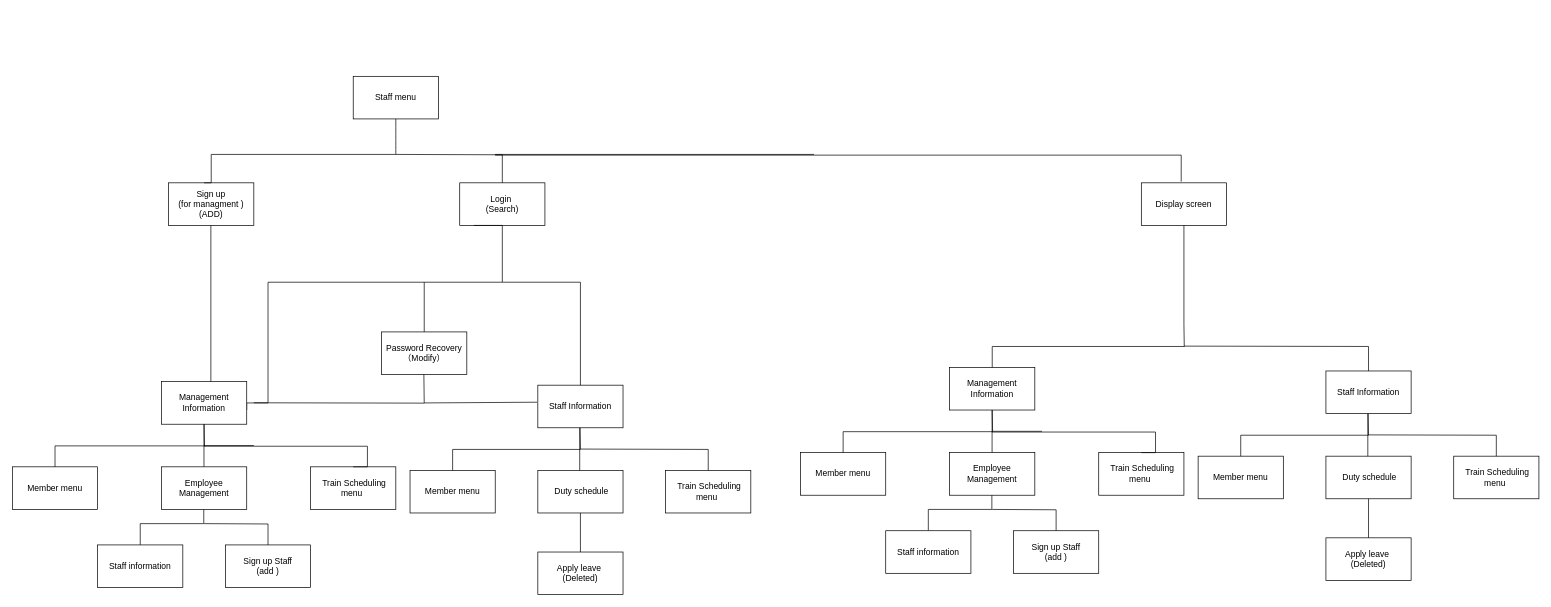
Above: Structure Chart/staffTrain (1).drawio in halleyIsStressed/pcd2Assignment (draw.io), before the change. Source tidied: cells renumbered, new cells numbered last; positions are measured from the earlier drawing's top-left corner, leaving out a move shared by most shapes. Both pictures are drawn from the tidied source at 71%, with x=0, y=0 at pixel (12, 69).
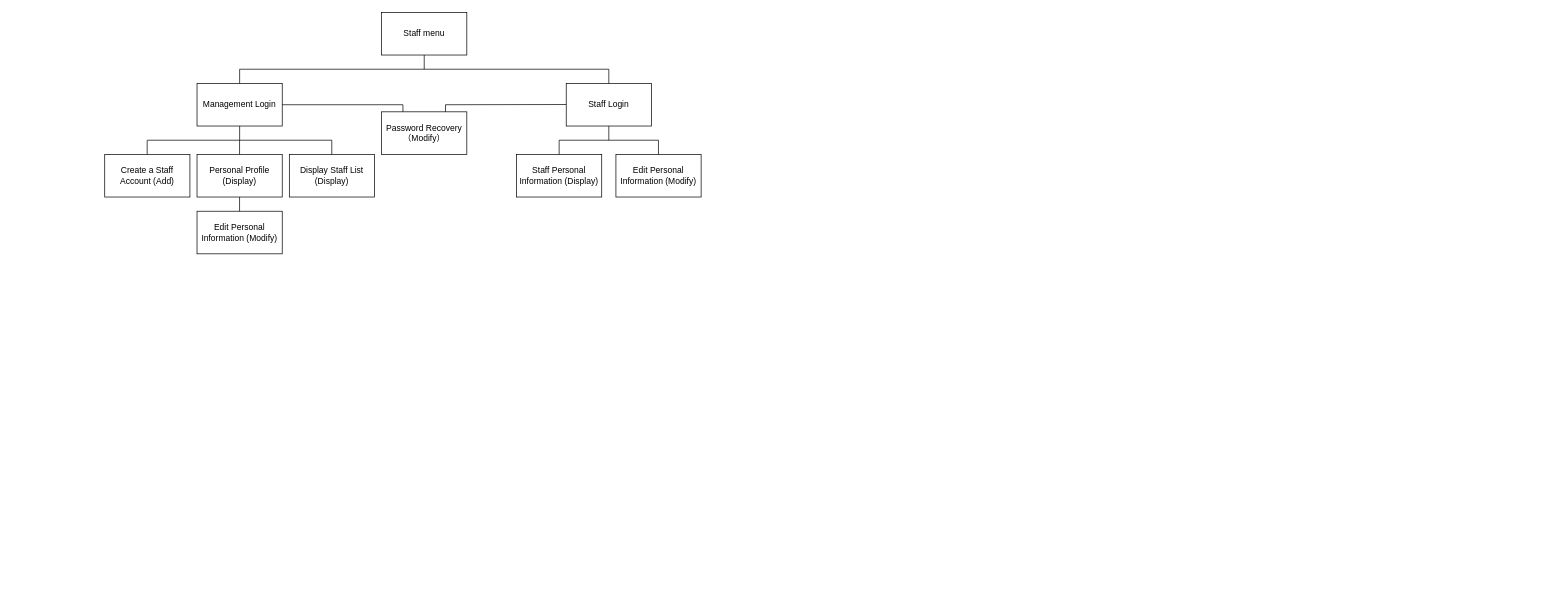
After the change.

Commit message:
CLEAN LIAO

Change to the diagram source:
```diff
@@
     <mxCell id="2" value="Staff menu" style="rounded=0;whiteSpace=wrap;html=1;" parent="1" vertex="1">
-      <mxGeometry x="480" y="10" width="120" height="60" as="geometry" />
+      <mxGeometry x="520" y="-80" width="120" height="60" as="geometry" />
     </mxCell>
-    <mxCell id="3" value="Login&amp;nbsp;&lt;div&gt;(Search)&lt;/div&gt;" style="rounded=0;whiteSpace=wrap;html=1;" parent="1" vertex="1">
-      <mxGeometry x="630" y="160" width="120" height="60" as="geometry" />
+    <mxCell id="3" value="Staff Login" style="rounded=0;whiteSpace=wrap;html=1;" parent="1" vertex="1">
+      <mxGeometry x="780" y="20" width="120" height="60" as="geometry" />
     </mxCell>
-    <mxCell id="4" value="Sign up&lt;div&gt;(for managment )&lt;br&gt;&lt;div&gt;(ADD)&lt;/div&gt;&lt;/div&gt;" style="rounded=0;whiteSpace=wrap;html=1;" parent="1" vertex="1">
-      <mxGeometry x="220" y="160" width="120" height="60" as="geometry" />
+    <mxCell id="4" value="Management Login" style="rounded=0;whiteSpace=wrap;html=1;" parent="1" vertex="1">
+      <mxGeometry x="260" y="20" width="120" height="60" as="geometry" />
     </mxCell>
-    <mxCell id="5" style="endArrow=none;html=1;rounded=0;fontSize=12;startSize=8;endSize=8;curved=1;entryX=0.5;entryY=1;entryDx=0;entryDy=0;" parent="1" edge="1" target="2">
-      <mxGeometry relative="1" as="geometry">
-        <mxPoint x="540" y="120" as="sourcePoint" />
-      </mxGeometry>
-    </mxCell>
-    <mxCell id="6" style="endArrow=none;html=1;rounded=0;fontSize=12;startSize=8;endSize=8;edgeStyle=orthogonalEdgeStyle;entryX=0.5;entryY=0;entryDx=0;entryDy=0;" parent="1" edge="1">
-      <mxGeometry relative="1" as="geometry">
-        <mxPoint x="540" y="120" as="sourcePoint" />
-        <mxPoint x="270" y="160" as="targetPoint" />
-        <Array as="points">
-          <mxPoint x="280" y="120" />
-          <mxPoint x="280" y="160" />
-        </Array>
-      </mxGeometry>
-    </mxCell>
-    <mxCell id="7" value="&amp;nbsp;Train Scheduling menu&amp;nbsp;" style="whiteSpace=wrap;html=1;rounded=0;" parent="1" vertex="1">
-      <mxGeometry x="420" y="560" width="120" height="60" as="geometry" />
-    </mxCell>
-    <mxCell id="8" value="&amp;nbsp;Duty schedule" style="whiteSpace=wrap;html=1;rounded=0;" parent="1" vertex="1">
-      <mxGeometry x="740" y="565" width="120" height="60" as="geometry" />
-    </mxCell>
@@
-    <mxCell id="10" value="Apply leave&amp;nbsp;&lt;div&gt;(Deleted)&lt;/div&gt;" style="whiteSpace=wrap;html=1;rounded=0;" parent="1" vertex="1">
-      <mxGeometry x="740" y="680" width="120" height="60" as="geometry" />
-    </mxCell>
-    <mxCell id="11" style="endArrow=none;html=1;rounded=0;fontSize=12;startSize=8;endSize=8;edgeStyle=orthogonalEdgeStyle;entryX=0.468;entryY=-0.028;entryDx=0;entryDy=0;entryPerimeter=0;" parent="1" edge="1" target="31">
-      <mxGeometry relative="1" as="geometry">
-        <mxPoint x="1129" y="120" as="sourcePoint" />
-        <Array as="points">
-          <mxPoint x="680" y="120" />
-          <mxPoint x="680" y="121" />
-          <mxPoint x="1646" y="121" />
-        </Array>
-      </mxGeometry>
-    </mxCell>
-    <mxCell id="12" style="endArrow=none;html=1;rounded=0;edgeStyle=orthogonalEdgeStyle;entryX=0.5;entryY=0;entryDx=0;entryDy=0;" parent="1" edge="1" target="3">
-      <mxGeometry relative="1" as="geometry">
-        <mxPoint x="540" y="120" as="sourcePoint" />
-      </mxGeometry>
-    </mxCell>
     <mxCell id="13" value="Password Recovery&lt;div&gt;（Modify）&lt;/div&gt;" style="whiteSpace=wrap;html=1;rounded=0;" parent="1" vertex="1">
-      <mxGeometry x="520" y="370" width="120" height="60" as="geometry" />
+      <mxGeometry x="520" y="60" width="120" height="60" as="geometry" />
     </mxCell>
-    <mxCell id="14" style="endArrow=none;html=1;rounded=0;edgeStyle=orthogonalEdgeStyle;entryX=0.5;entryY=1;entryDx=0;entryDy=0;" parent="1" edge="1">
-      <mxGeometry relative="1" as="geometry">
-        <mxPoint x="330" y="480" as="sourcePoint" />
-        <mxPoint x="650" y="220" as="targetPoint" />
-        <Array as="points">
-          <mxPoint x="360" y="470" />
-          <mxPoint x="360" y="300" />
-          <mxPoint x="690" y="300" />
-          <mxPoint x="690" y="220" />
-        </Array>
-      </mxGeometry>
-    </mxCell>
-    <mxCell id="15" style="endArrow=none;html=1;rounded=0;edgeStyle=orthogonalEdgeStyle;exitX=1;exitY=0.5;exitDx=0;exitDy=0;" parent="1" edge="1">
-      <mxGeometry relative="1" as="geometry">
-        <mxPoint x="340" y="469.8" as="sourcePoint" />
-        <mxPoint x="579.5" y="429.8" as="targetPoint" />
-      </mxGeometry>
-    </mxCell>
-    <mxCell id="16" value="Member menu" style="whiteSpace=wrap;html=1;rounded=0;" parent="1" vertex="1">
-      <mxGeometry y="560" width="120" height="60" as="geometry" />
-    </mxCell>
-    <mxCell id="17" value="Management Information" style="whiteSpace=wrap;html=1;rounded=0;" parent="1" vertex="1">
-      <mxGeometry x="210" y="440" width="120" height="60" as="geometry" />
+    <mxCell id="17" value="Personal Profile&lt;div&gt;(Display)&lt;/div&gt;" style="whiteSpace=wrap;html=1;rounded=0;" parent="1" vertex="1">
+      <mxGeometry x="260" y="120" width="120" height="60" as="geometry" />
     </mxCell>
-    <mxCell id="18" value="Staff Information" style="whiteSpace=wrap;html=1;rounded=0;" parent="1" vertex="1">
-      <mxGeometry x="740" y="445" width="120" height="60" as="geometry" />
+    <mxCell id="18" value="Staff Personal Information (Display)" style="whiteSpace=wrap;html=1;rounded=0;" parent="1" vertex="1">
+      <mxGeometry x="710" y="120" width="120" height="60" as="geometry" />
     </mxCell>
-    <mxCell id="19" style="endArrow=none;html=1;rounded=0;" parent="1" edge="1">
-      <mxGeometry relative="1" as="geometry">
-        <mxPoint x="269.8" y="560" as="sourcePoint" />
-        <mxPoint x="269.8" y="500" as="targetPoint" />
-      </mxGeometry>
-    </mxCell>
-    <mxCell id="20" style="endArrow=none;html=1;rounded=0;" parent="1" edge="1">
-      <mxGeometry relative="1" as="geometry">
-        <mxPoint x="799" y="565" as="sourcePoint" />
-        <mxPoint x="799" y="505" as="targetPoint" />
-      </mxGeometry>
-    </mxCell>
-    <mxCell id="21" value="Employee Management" style="whiteSpace=wrap;html=1;rounded=0;" parent="1" vertex="1">
-      <mxGeometry x="210" y="560" width="120" height="60" as="geometry" />
-    </mxCell>
-    <mxCell id="22" style="endArrow=none;html=1;rounded=0;edgeStyle=orthogonalEdgeStyle;entryX=0.5;entryY=0;entryDx=0;entryDy=0;" parent="1" edge="1" target="7">
-      <mxGeometry relative="1" as="geometry">
-        <mxPoint x="340" y="530" as="sourcePoint" />
-        <Array as="points">
-          <mxPoint x="270" y="530" />
-          <mxPoint x="270" y="531" />
-          <mxPoint x="500" y="531" />
-        </Array>
-      </mxGeometry>
-    </mxCell>
-    <mxCell id="23" style="endArrow=none;html=1;rounded=0;edgeStyle=orthogonalEdgeStyle;exitX=0.5;exitY=0;exitDx=0;exitDy=0;" parent="1" edge="1" source="16">
-      <mxGeometry relative="1" as="geometry">
-        <mxPoint x="270" y="500" as="targetPoint" />
-      </mxGeometry>
-    </mxCell>
-    <mxCell id="24" style="endArrow=none;html=1;rounded=0;entryX=0.5;entryY=1;entryDx=0;entryDy=0;edgeStyle=orthogonalEdgeStyle;" parent="1" edge="1">
-      <mxGeometry relative="1" as="geometry">
-        <mxPoint x="180" y="670" as="sourcePoint" />
-        <mxPoint x="269.5" y="620" as="targetPoint" />
-        <Array as="points">
-          <mxPoint x="180" y="640" />
-          <mxPoint x="270" y="640" />
-        </Array>
-      </mxGeometry>
-    </mxCell>
-    <mxCell id="25" value="&amp;nbsp;Train Scheduling menu&amp;nbsp;" style="whiteSpace=wrap;html=1;rounded=0;" parent="1" vertex="1">
-      <mxGeometry x="920" y="565" width="120" height="60" as="geometry" />
-    </mxCell>
-    <mxCell id="26" value="Member menu" style="whiteSpace=wrap;html=1;rounded=0;" parent="1" vertex="1">
-      <mxGeometry x="560" y="565" width="120" height="60" as="geometry" />
-    </mxCell>
-    <mxCell id="27" style="endArrow=none;html=1;rounded=0;edgeStyle=orthogonalEdgeStyle;exitX=0.5;exitY=0;exitDx=0;exitDy=0;" parent="1" edge="1" source="26">
-      <mxGeometry relative="1" as="geometry">
-        <mxPoint x="799.5" y="505" as="targetPoint" />
-      </mxGeometry>
-    </mxCell>
-    <mxCell id="28" style="endArrow=none;html=1;rounded=0;edgeStyle=orthogonalEdgeStyle;entryX=0.5;entryY=0;entryDx=0;entryDy=0;" parent="1" edge="1" target="25">
-      <mxGeometry relative="1" as="geometry">
-        <mxPoint x="800" y="535" as="sourcePoint" />
-      </mxGeometry>
-    </mxCell>
-    <mxCell id="29" value="Sign up Staff&lt;div&gt;(add )&lt;/div&gt;" style="whiteSpace=wrap;html=1;rounded=0;" parent="1" vertex="1">
-      <mxGeometry x="300" y="670" width="120" height="60" as="geometry" />
-    </mxCell>
-    <mxCell id="30" style="endArrow=none;html=1;rounded=0;edgeStyle=orthogonalEdgeStyle;entryX=0.5;entryY=0;entryDx=0;entryDy=0;" parent="1" edge="1" target="29">
-      <mxGeometry relative="1" as="geometry">
-        <mxPoint x="270" y="640" as="sourcePoint" />
-      </mxGeometry>
-    </mxCell>
-    <mxCell id="31" value="Display screen" style="rounded=0;whiteSpace=wrap;html=1;" parent="1" vertex="1">
-      <mxGeometry x="1590" y="160" width="120" height="60" as="geometry" />
-    </mxCell>
-    <mxCell id="32" value="Staff information" style="rounded=0;whiteSpace=wrap;html=1;" parent="1" vertex="1">
-      <mxGeometry x="120" y="670" width="120" height="60" as="geometry" />
-    </mxCell>
-    <mxCell id="33" style="endArrow=none;html=1;rounded=0;" parent="1" edge="1">
-      <mxGeometry relative="1" as="geometry">
-        <mxPoint x="279.5" y="440" as="sourcePoint" />
-        <mxPoint x="279.5" y="220" as="targetPoint" />
-      </mxGeometry>
-    </mxCell>
-    <mxCell id="34" style="endArrow=none;html=1;rounded=0;edgeStyle=orthogonalEdgeStyle;entryX=0.5;entryY=0;entryDx=0;entryDy=0;" parent="1" edge="1" target="18">
+    <mxCell id="34" style="endArrow=none;html=1;rounded=0;exitX=0.5;exitY=1;exitDx=0;exitDy=0;" parent="1" edge="1" source="3">
       <mxGeometry relative="1" as="geometry">
-        <mxPoint x="690" y="300" as="sourcePoint" />
-        <Array as="points">
-          <mxPoint x="690" y="300" />
-          <mxPoint x="800" y="300" />
-        </Array>
+        <mxPoint x="840" y="100" as="targetPoint" />
       </mxGeometry>
     </mxCell>
-    <mxCell id="35" style="endArrow=none;html=1;rounded=0;" parent="1" edge="1">
-      <mxGeometry relative="1" as="geometry">
-        <mxPoint x="580" y="370" as="sourcePoint" />
-        <mxPoint x="580" y="300" as="targetPoint" />
-      </mxGeometry>
-    </mxCell>
-    <mxCell id="36" style="endArrow=none;html=1;rounded=0;entryX=-0.008;entryY=0.4;entryDx=0;entryDy=0;entryPerimeter=0;" parent="1" edge="1" target="18">
-      <mxGeometry relative="1" as="geometry">
-        <mxPoint x="580" y="470" as="sourcePoint" />
-      </mxGeometry>
-    </mxCell>
-    <mxCell id="37" style="endArrow=none;html=1;rounded=0;entryX=0.5;entryY=1;entryDx=0;entryDy=0;" parent="1" edge="1" target="8">
-      <mxGeometry relative="1" as="geometry">
-        <mxPoint x="800" y="680" as="sourcePoint" />
-      </mxGeometry>
-    </mxCell>
-    <mxCell id="38" value="&amp;nbsp;Train Scheduling menu&amp;nbsp;" style="whiteSpace=wrap;html=1;rounded=0;" parent="1" vertex="1">
-      <mxGeometry x="1530" y="540" width="120" height="60" as="geometry" />
-    </mxCell>
-    <mxCell id="39" value="&amp;nbsp;Duty schedule" style="whiteSpace=wrap;html=1;rounded=0;" parent="1" vertex="1">
-      <mxGeometry x="1850" y="545" width="120" height="60" as="geometry" />
-    </mxCell>
-    <mxCell id="40" value="Apply leave&amp;nbsp;&lt;div&gt;(Deleted)&lt;/div&gt;" style="whiteSpace=wrap;html=1;rounded=0;" parent="1" vertex="1">
-      <mxGeometry x="1850" y="660" width="120" height="60" as="geometry" />
-    </mxCell>
-    <mxCell id="41" value="Member menu" style="whiteSpace=wrap;html=1;rounded=0;" parent="1" vertex="1">
-      <mxGeometry x="1110" y="540" width="120" height="60" as="geometry" />
-    </mxCell>
-    <mxCell id="42" value="Management Information" style="whiteSpace=wrap;html=1;rounded=0;" parent="1" vertex="1">
-      <mxGeometry x="1320" y="420" width="120" height="60" as="geometry" />
-    </mxCell>
-    <mxCell id="43" value="Staff Information" style="whiteSpace=wrap;html=1;rounded=0;" parent="1" vertex="1">
-      <mxGeometry x="1850" y="425" width="120" height="60" as="geometry" />
-    </mxCell>
-    <mxCell id="44" style="endArrow=none;html=1;rounded=0;" parent="1" edge="1">
-      <mxGeometry relative="1" as="geometry">
-        <mxPoint x="1379.8" y="540" as="sourcePoint" />
-        <mxPoint x="1379.8" y="480" as="targetPoint" />
-      </mxGeometry>
-    </mxCell>
-    <mxCell id="45" style="endArrow=none;html=1;rounded=0;" parent="1" edge="1">
-      <mxGeometry relative="1" as="geometry">
-        <mxPoint x="1909" y="545" as="sourcePoint" />
-        <mxPoint x="1909" y="485" as="targetPoint" />
-      </mxGeometry>
-    </mxCell>
-    <mxCell id="46" value="Employee Management" style="whiteSpace=wrap;html=1;rounded=0;" parent="1" vertex="1">
-      <mxGeometry x="1320" y="540" width="120" height="60" as="geometry" />
-    </mxCell>
-    <mxCell id="47" style="endArrow=none;html=1;rounded=0;edgeStyle=orthogonalEdgeStyle;entryX=0.5;entryY=0;entryDx=0;entryDy=0;" parent="1" edge="1" target="38">
-      <mxGeometry relative="1" as="geometry">
-        <mxPoint x="1450" y="510" as="sourcePoint" />
-        <Array as="points">
-          <mxPoint x="1380" y="510" />
-          <mxPoint x="1380" y="511" />
-          <mxPoint x="1610" y="511" />
-        </Array>
-      </mxGeometry>
-    </mxCell>
-    <mxCell id="48" style="endArrow=none;html=1;rounded=0;edgeStyle=orthogonalEdgeStyle;exitX=0.5;exitY=0;exitDx=0;exitDy=0;" parent="1" edge="1" source="41">
-      <mxGeometry relative="1" as="geometry">
-        <mxPoint x="1380" y="480" as="targetPoint" />
-      </mxGeometry>
-    </mxCell>
-    <mxCell id="49" style="endArrow=none;html=1;rounded=0;entryX=0.5;entryY=1;entryDx=0;entryDy=0;edgeStyle=orthogonalEdgeStyle;" parent="1" edge="1">
-      <mxGeometry relative="1" as="geometry">
-        <mxPoint x="1290" y="650" as="sourcePoint" />
-        <mxPoint x="1379.5" y="600" as="targetPoint" />
-        <Array as="points">
-          <mxPoint x="1290" y="620" />
-          <mxPoint x="1380" y="620" />
-        </Array>
-      </mxGeometry>
-    </mxCell>
-    <mxCell id="50" value="&amp;nbsp;Train Scheduling menu&amp;nbsp;" style="whiteSpace=wrap;html=1;rounded=0;" parent="1" vertex="1">
-      <mxGeometry x="2030" y="545" width="120" height="60" as="geometry" />
-    </mxCell>
-    <mxCell id="51" value="Member menu" style="whiteSpace=wrap;html=1;rounded=0;" parent="1" vertex="1">
-      <mxGeometry x="1670" y="545" width="120" height="60" as="geometry" />
-    </mxCell>
-    <mxCell id="52" style="endArrow=none;html=1;rounded=0;edgeStyle=orthogonalEdgeStyle;exitX=0.5;exitY=0;exitDx=0;exitDy=0;" parent="1" edge="1" source="51">
-      <mxGeometry relative="1" as="geometry">
-        <mxPoint x="1909.5" y="485" as="targetPoint" />
-      </mxGeometry>
-    </mxCell>
-    <mxCell id="53" style="endArrow=none;html=1;rounded=0;edgeStyle=orthogonalEdgeStyle;entryX=0.5;entryY=0;entryDx=0;entryDy=0;" parent="1" edge="1" target="50">
-      <mxGeometry relative="1" as="geometry">
-        <mxPoint x="1910" y="515" as="sourcePoint" />
-      </mxGeometry>
-    </mxCell>
-    <mxCell id="54" value="Sign up Staff&lt;div&gt;(add )&lt;/div&gt;" style="whiteSpace=wrap;html=1;rounded=0;" parent="1" vertex="1">
-      <mxGeometry x="1410" y="650" width="120" height="60" as="geometry" />
-    </mxCell>
-    <mxCell id="55" style="endArrow=none;html=1;rounded=0;edgeStyle=orthogonalEdgeStyle;entryX=0.5;entryY=0;entryDx=0;entryDy=0;" parent="1" edge="1" target="54">
-      <mxGeometry relative="1" as="geometry">
-        <mxPoint x="1380" y="620" as="sourcePoint" />
-      </mxGeometry>
-    </mxCell>
-    <mxCell id="56" value="Staff information" style="rounded=0;whiteSpace=wrap;html=1;" parent="1" vertex="1">
-      <mxGeometry x="1230" y="650" width="120" height="60" as="geometry" />
-    </mxCell>
-    <mxCell id="57" style="endArrow=none;html=1;rounded=0;" parent="1" edge="1">
-      <mxGeometry relative="1" as="geometry">
-        <mxPoint x="1650" y="220" as="sourcePoint" />
-        <mxPoint x="1650" y="360" as="targetPoint" />
-      </mxGeometry>
-    </mxCell>
-    <mxCell id="58" style="endArrow=none;html=1;rounded=0;entryX=0.5;entryY=1;entryDx=0;entryDy=0;" parent="1" edge="1" target="39">
-      <mxGeometry relative="1" as="geometry">
-        <mxPoint x="1910" y="660" as="sourcePoint" />
-      </mxGeometry>
-    </mxCell>
-    <mxCell id="59" style="endArrow=none;html=1;rounded=0;edgeStyle=orthogonalEdgeStyle;exitX=0.5;exitY=0;exitDx=0;exitDy=0;" parent="1" edge="1" source="42">
-      <mxGeometry relative="1" as="geometry">
-        <mxPoint x="1650" y="360" as="targetPoint" />
-      </mxGeometry>
-    </mxCell>
-    <mxCell id="60" style="endArrow=none;html=1;rounded=0;edgeStyle=orthogonalEdgeStyle;entryX=0.5;entryY=0;entryDx=0;entryDy=0;" parent="1" edge="1" target="43">
-      <mxGeometry relative="1" as="geometry">
-        <mxPoint x="1650" y="390" as="sourcePoint" />
-      </mxGeometry>
-    </mxCell>
+    <mxCell id="61" style="endArrow=none;html=1;rounded=0;" parent="1" edge="1">
+      <mxGeometry relative="1" as="geometry">
+        <mxPoint x="580" as="sourcePoint" />
+        <mxPoint x="580" y="-20" as="targetPoint" />
+      </mxGeometry>
+    </mxCell>
+    <mxCell id="62" style="endArrow=none;html=1;rounded=0;" parent="1" edge="1">
+      <mxGeometry relative="1" as="geometry">
+        <mxPoint x="320" as="sourcePoint" />
+        <mxPoint x="840" as="targetPoint" />
+      </mxGeometry>
+    </mxCell>
+    <mxCell id="63" style="endArrow=none;html=1;rounded=0;" parent="1" edge="1">
+      <mxGeometry relative="1" as="geometry">
+        <mxPoint x="320" y="20" as="sourcePoint" />
+        <mxPoint x="320" as="targetPoint" />
+      </mxGeometry>
+    </mxCell>
+    <mxCell id="64" style="endArrow=none;html=1;rounded=0;" parent="1" edge="1">
+      <mxGeometry relative="1" as="geometry">
+        <mxPoint x="840" y="20" as="sourcePoint" />
+        <mxPoint x="840" as="targetPoint" />
+      </mxGeometry>
+    </mxCell>
+    <mxCell id="65" value="Create a Staff Account (Add)" style="whiteSpace=wrap;html=1;rounded=0;" parent="1" vertex="1">
+      <mxGeometry x="130" y="120" width="120" height="60" as="geometry" />
+    </mxCell>
+    <mxCell id="66" value="&lt;div&gt;Display Staff List (Display)&lt;/div&gt;" style="whiteSpace=wrap;html=1;rounded=0;" parent="1" vertex="1">
+      <mxGeometry x="390" y="120" width="120" height="60" as="geometry" />
+    </mxCell>
+    <mxCell id="67" style="endArrow=none;html=1;rounded=0;" parent="1" edge="1">
+      <mxGeometry relative="1" as="geometry">
+        <mxPoint x="190" y="100" as="sourcePoint" />
+        <mxPoint x="450" y="100" as="targetPoint" />
+      </mxGeometry>
+    </mxCell>
+    <mxCell id="68" value="Edit Personal Information (Modify)" style="rounded=0;whiteSpace=wrap;html=1;" parent="1" vertex="1">
+      <mxGeometry x="260" y="200" width="120" height="60" as="geometry" />
+    </mxCell>
+    <mxCell id="69" style="endArrow=none;html=1;rounded=0;" parent="1" edge="1">
+      <mxGeometry relative="1" as="geometry">
+        <mxPoint x="380" y="50" as="sourcePoint" />
+        <mxPoint x="550" y="50" as="targetPoint" />
+      </mxGeometry>
+    </mxCell>
+    <mxCell id="70" style="endArrow=none;html=1;rounded=0;" parent="1" edge="1">
+      <mxGeometry relative="1" as="geometry">
+        <mxPoint x="610" y="50" as="sourcePoint" />
+        <mxPoint x="780" y="49.7" as="targetPoint" />
+      </mxGeometry>
+    </mxCell>
+    <mxCell id="71" style="endArrow=none;html=1;rounded=0;exitX=0.25;exitY=0;exitDx=0;exitDy=0;" parent="1" edge="1" source="13">
+      <mxGeometry relative="1" as="geometry">
+        <mxPoint x="550" y="50" as="targetPoint" />
+      </mxGeometry>
+    </mxCell>
+    <mxCell id="72" style="endArrow=none;html=1;rounded=0;exitX=0.75;exitY=0;exitDx=0;exitDy=0;" parent="1" edge="1" source="13">
+      <mxGeometry relative="1" as="geometry">
+        <mxPoint x="610" y="50" as="targetPoint" />
+      </mxGeometry>
+    </mxCell>
+    <mxCell id="73" style="endArrow=none;html=1;rounded=0;" parent="1" edge="1">
+      <mxGeometry relative="1" as="geometry">
+        <mxPoint x="320" y="100" as="sourcePoint" />
+        <mxPoint x="320" y="80" as="targetPoint" />
+      </mxGeometry>
+    </mxCell>
+    <mxCell id="74" style="endArrow=none;html=1;rounded=0;" parent="1" edge="1">
+      <mxGeometry relative="1" as="geometry">
+        <mxPoint x="319.9" y="120" as="sourcePoint" />
+        <mxPoint x="319.9" y="100" as="targetPoint" />
+      </mxGeometry>
+    </mxCell>
+    <mxCell id="75" style="endArrow=none;html=1;rounded=0;" parent="1" edge="1">
+      <mxGeometry relative="1" as="geometry">
+        <mxPoint x="319.9" y="200" as="sourcePoint" />
+        <mxPoint x="319.9" y="180" as="targetPoint" />
+      </mxGeometry>
+    </mxCell>
+    <mxCell id="76" style="endArrow=none;html=1;rounded=0;" parent="1" edge="1">
+      <mxGeometry relative="1" as="geometry">
+        <mxPoint x="189.8" y="120" as="sourcePoint" />
+        <mxPoint x="189.8" y="100" as="targetPoint" />
+      </mxGeometry>
+    </mxCell>
+    <mxCell id="77" style="endArrow=none;html=1;rounded=0;" parent="1" edge="1">
+      <mxGeometry relative="1" as="geometry">
+        <mxPoint x="449.8" y="120" as="sourcePoint" />
+        <mxPoint x="449.8" y="100" as="targetPoint" />
+      </mxGeometry>
+    </mxCell>
+    <mxCell id="78" value="Edit Personal Information (Modify)" style="whiteSpace=wrap;html=1;rounded=0;" parent="1" vertex="1">
+      <mxGeometry x="850" y="120" width="120" height="60" as="geometry" />
+    </mxCell>
+    <mxCell id="79" style="endArrow=none;html=1;rounded=0;" parent="1" edge="1">
+      <mxGeometry relative="1" as="geometry">
+        <mxPoint x="770" y="100" as="sourcePoint" />
+        <mxPoint x="910" y="100" as="targetPoint" />
+      </mxGeometry>
+    </mxCell>
+    <mxCell id="80" style="endArrow=none;html=1;rounded=0;exitX=0.5;exitY=0;exitDx=0;exitDy=0;" parent="1" edge="1" source="18">
+      <mxGeometry relative="1" as="geometry">
+        <mxPoint x="770" y="100" as="targetPoint" />
+      </mxGeometry>
+    </mxCell>
+    <mxCell id="81" style="endArrow=none;html=1;rounded=0;exitX=0.5;exitY=0;exitDx=0;exitDy=0;" parent="1" edge="1">
+      <mxGeometry relative="1" as="geometry">
+        <mxPoint x="909.9" y="120" as="sourcePoint" />
+        <mxPoint x="909.9" y="100" as="targetPoint" />
+      </mxGeometry>
+    </mxCell>
```
